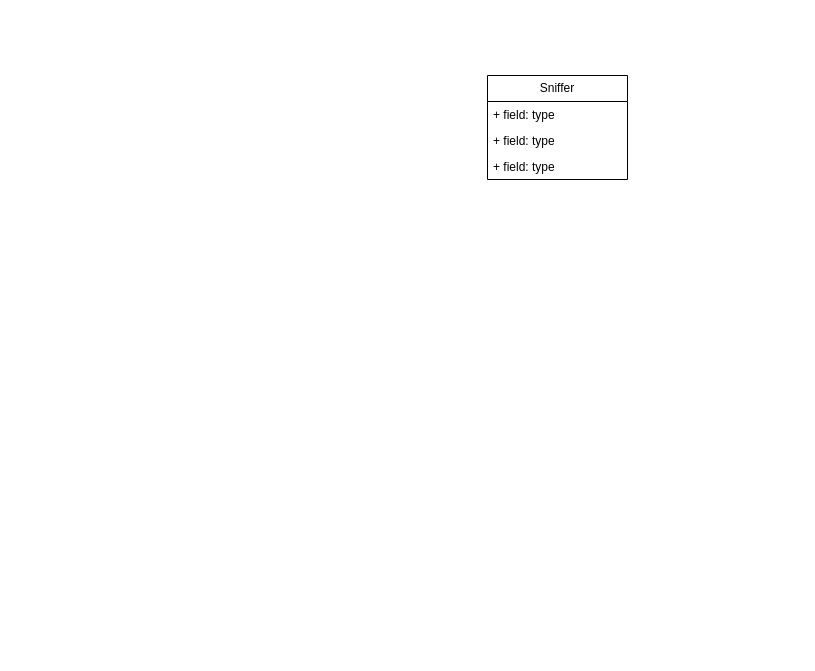
Above: class.drawio in hruboson/ZETASniffer (draw.io), before the change. Source tidied: cells renumbered, new cells numbered last; positions are measured from the earlier drawing's top-left corner, leaving out a move shared by most shapes. Both pictures are drawn from the tidied source at 100%, with x=0, y=0 at pixel (487, 75).
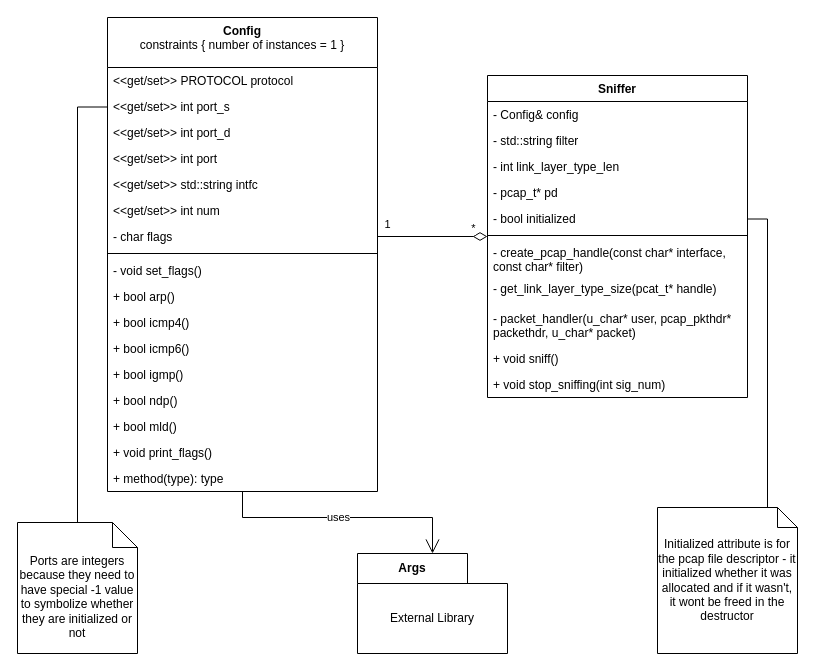
After the change.

What changed in the source:
```diff
@@
+    <mxCell id="6" value="Args" style="shape=folder;fontStyle=1;tabWidth=110;tabHeight=30;tabPosition=left;html=1;boundedLbl=1;labelInHeader=1;whiteSpace=wrap;" parent="1" vertex="1">
+      <mxGeometry x="-130" y="478" width="150" height="100" as="geometry" />
+    </mxCell>
+    <mxCell id="7" value="External Library" style="html=1;strokeColor=none;fillColor=none;whiteSpace=wrap;" parent="6" vertex="1">
+      <mxGeometry width="150" height="70" relative="1" as="geometry">
+        <mxPoint y="30" as="offset" />
+      </mxGeometry>
+    </mxCell>
+    <mxCell id="8" style="edgeStyle=orthogonalEdgeStyle;rounded=0;jettySize=auto;html=1;endArrow=none;endFill=0;" parent="1" edge="1" source="9" target="23">
+      <mxGeometry relative="1" as="geometry">
+        <Array as="points">
+          <mxPoint x="-410" y="31.5" />
+        </Array>
+      </mxGeometry>
+    </mxCell>
+    <mxCell id="9" value="Ports are integers because they need to have special -1 value to symbolize whether they are initialized or not" style="shape=note2;boundedLbl=1;whiteSpace=wrap;html=1;size=25;verticalAlign=top;align=center;" parent="1" vertex="1">
+      <mxGeometry x="-470" y="447" width="120" height="131" as="geometry" />
+    </mxCell>
-    <mxCell id="2" value="Sniffer" style="swimlane;fontStyle=0;horizontal=1;startSize=26;fillColor=none;whiteSpace=wrap;html=1;" parent="1" vertex="1">
-      <mxGeometry width="140" height="104" as="geometry" />
+    <mxCell id="2" value="Sniffer" style="swimlane;fontStyle=1;align=center;verticalAlign=top;horizontal=1;startSize=26;whiteSpace=wrap;html=1;" parent="1" vertex="1">
+      <mxGeometry width="260" height="322" as="geometry" />
     </mxCell>
-    <mxCell id="3" value="+ field: type" style="text;strokeColor=none;fillColor=none;align=left;verticalAlign=top;spacingLeft=4;spacingRight=4;overflow=hidden;whiteSpace=wrap;html=1;" parent="2" vertex="1">
-      <mxGeometry y="26" width="140" height="26" as="geometry" />
-    </mxCell>
-    <mxCell id="4" value="+ field: type" style="text;strokeColor=none;fillColor=none;align=left;verticalAlign=top;spacingLeft=4;spacingRight=4;overflow=hidden;whiteSpace=wrap;html=1;" parent="2" vertex="1">
-      <mxGeometry y="52" width="140" height="26" as="geometry" />
-    </mxCell>
-    <mxCell id="5" value="+ field: type" style="text;strokeColor=none;fillColor=none;align=left;verticalAlign=top;spacingLeft=4;spacingRight=4;overflow=hidden;whiteSpace=wrap;html=1;" parent="2" vertex="1">
-      <mxGeometry y="78" width="140" height="26" as="geometry" />
-    </mxCell>
+    <mxCell id="10" value="- Config&amp;amp; config" style="text;strokeColor=none;fillColor=none;align=left;verticalAlign=top;spacingLeft=4;spacingRight=4;overflow=hidden;whiteSpace=wrap;html=1;" parent="2" vertex="1">
+      <mxGeometry y="26" width="260" height="26" as="geometry" />
+    </mxCell>
+    <mxCell id="11" value="- std::string filter" style="text;strokeColor=none;fillColor=none;align=left;verticalAlign=top;spacingLeft=4;spacingRight=4;overflow=hidden;whiteSpace=wrap;html=1;" parent="2" vertex="1">
+      <mxGeometry y="52" width="260" height="26" as="geometry" />
+    </mxCell>
+    <mxCell id="12" value="- int link_layer_type_len" style="text;strokeColor=none;fillColor=none;align=left;verticalAlign=top;spacingLeft=4;spacingRight=4;overflow=hidden;whiteSpace=wrap;html=1;" parent="2" vertex="1">
+      <mxGeometry y="78" width="260" height="26" as="geometry" />
+    </mxCell>
+    <mxCell id="13" value="- pcap_t* pd" style="text;strokeColor=none;fillColor=none;align=left;verticalAlign=top;spacingLeft=4;spacingRight=4;overflow=hidden;whiteSpace=wrap;html=1;" parent="2" vertex="1">
+      <mxGeometry y="104" width="260" height="26" as="geometry" />
+    </mxCell>
+    <mxCell id="14" value="- bool initialized" style="text;strokeColor=none;fillColor=none;align=left;verticalAlign=top;spacingLeft=4;spacingRight=4;overflow=hidden;points=[[0,0.5],[1,0.5]];portConstraint=eastwest;whiteSpace=wrap;html=1;" parent="2" vertex="1">
+      <mxGeometry y="130" width="260" height="26" as="geometry" />
+    </mxCell>
+    <mxCell id="15" style="line;strokeWidth=1;fillColor=none;align=left;verticalAlign=middle;spacingTop=-1;spacingLeft=3;spacingRight=3;labelPosition=right;strokeColor=inherit;" parent="2" vertex="1">
+      <mxGeometry y="156" width="260" height="8" as="geometry" />
+    </mxCell>
+    <mxCell id="16" value="- create_pcap_handle(const char* interface, const char* filter)" style="text;strokeColor=none;fillColor=none;align=left;verticalAlign=top;spacingLeft=4;spacingRight=4;overflow=hidden;whiteSpace=wrap;html=1;" parent="2" vertex="1">
+      <mxGeometry y="164" width="260" height="36" as="geometry" />
+    </mxCell>
+    <mxCell id="17" value="- get_link_layer_type_size(pcat_t* handle)" style="text;strokeColor=none;fillColor=none;align=left;verticalAlign=top;spacingLeft=4;spacingRight=4;overflow=hidden;whiteSpace=wrap;html=1;" parent="2" vertex="1">
+      <mxGeometry y="200" width="260" height="30" as="geometry" />
+    </mxCell>
+    <mxCell id="18" value="- packet_handler(u_char* user, pcap_pkthdr* packethdr, u_char* packet)" style="text;strokeColor=none;fillColor=none;align=left;verticalAlign=top;spacingLeft=4;spacingRight=4;overflow=hidden;whiteSpace=wrap;html=1;" parent="2" vertex="1">
+      <mxGeometry y="230" width="260" height="40" as="geometry" />
+    </mxCell>
+    <mxCell id="19" value="+ void sniff()" style="text;strokeColor=none;fillColor=none;align=left;verticalAlign=top;spacingLeft=4;spacingRight=4;overflow=hidden;whiteSpace=wrap;html=1;" parent="2" vertex="1">
+      <mxGeometry y="270" width="260" height="26" as="geometry" />
+    </mxCell>
+    <mxCell id="20" value="+ void stop_sniffing(int sig_num)" style="text;strokeColor=none;fillColor=none;align=left;verticalAlign=top;spacingLeft=4;spacingRight=4;overflow=hidden;whiteSpace=wrap;html=1;" parent="2" vertex="1">
+      <mxGeometry y="296" width="260" height="26" as="geometry" />
+    </mxCell>
+    <mxCell id="21" value="Config&lt;div&gt;&lt;span style=&quot;font-weight: normal;&quot;&gt;constraints { number of instances = 1 }&lt;/span&gt;&lt;/div&gt;" style="swimlane;fontStyle=1;align=center;verticalAlign=top;horizontal=1;startSize=50;whiteSpace=wrap;html=1;" parent="1" vertex="1">
+      <mxGeometry x="-380" y="-58" width="270" height="474" as="geometry" />
+    </mxCell>
+    <mxCell id="22" value="&amp;lt;&amp;lt;get/set&amp;gt;&amp;gt; PROTOCOL protocol" style="text;strokeColor=none;fillColor=none;align=left;verticalAlign=top;spacingLeft=4;spacingRight=4;overflow=hidden;whiteSpace=wrap;html=1;" parent="21" vertex="1">
+      <mxGeometry y="50" width="270" height="26" as="geometry" />
+    </mxCell>
+    <mxCell id="23" value="&amp;lt;&amp;lt;get/set&amp;gt;&amp;gt; int port_s" style="text;strokeColor=none;fillColor=none;align=left;verticalAlign=top;spacingLeft=4;spacingRight=4;overflow=hidden;points=[[0,0.5],[1,0.5]];portConstraint=eastwest;whiteSpace=wrap;html=1;" parent="21" vertex="1">
+      <mxGeometry y="76" width="270" height="26" as="geometry" />
+    </mxCell>
+    <mxCell id="24" value="&amp;lt;&amp;lt;get/set&amp;gt;&amp;gt; int port_d" style="text;strokeColor=none;fillColor=none;align=left;verticalAlign=top;spacingLeft=4;spacingRight=4;overflow=hidden;whiteSpace=wrap;html=1;" parent="21" vertex="1">
+      <mxGeometry y="102" width="270" height="26" as="geometry" />
+    </mxCell>
+    <mxCell id="25" value="&amp;lt;&amp;lt;get/set&amp;gt;&amp;gt; int port" style="text;strokeColor=none;fillColor=none;align=left;verticalAlign=top;spacingLeft=4;spacingRight=4;overflow=hidden;whiteSpace=wrap;html=1;" parent="21" vertex="1">
+      <mxGeometry y="128" width="270" height="26" as="geometry" />
+    </mxCell>
+    <mxCell id="26" value="&amp;lt;&amp;lt;get/set&amp;gt;&amp;gt; std::string intfc" style="text;strokeColor=none;fillColor=none;align=left;verticalAlign=top;spacingLeft=4;spacingRight=4;overflow=hidden;whiteSpace=wrap;html=1;" parent="21" vertex="1">
+      <mxGeometry y="154" width="270" height="26" as="geometry" />
+    </mxCell>
+    <mxCell id="27" value="&amp;lt;&amp;lt;get/set&amp;gt;&amp;gt; int num" style="text;strokeColor=none;fillColor=none;align=left;verticalAlign=top;spacingLeft=4;spacingRight=4;overflow=hidden;whiteSpace=wrap;html=1;" parent="21" vertex="1">
+      <mxGeometry y="180" width="270" height="26" as="geometry" />
+    </mxCell>
+    <mxCell id="28" value="- char flags" style="text;strokeColor=none;fillColor=none;align=left;verticalAlign=top;spacingLeft=4;spacingRight=4;overflow=hidden;points=[[0,0.5],[1,0.5]];portConstraint=eastwest;whiteSpace=wrap;html=1;" parent="21" vertex="1">
+      <mxGeometry y="206" width="270" height="26" as="geometry" />
+    </mxCell>
+    <mxCell id="29" style="line;strokeWidth=1;fillColor=none;align=left;verticalAlign=middle;spacingTop=-1;spacingLeft=3;spacingRight=3;labelPosition=right;strokeColor=inherit;" parent="21" vertex="1">
+      <mxGeometry y="232" width="270" height="8" as="geometry" />
+    </mxCell>
+    <mxCell id="30" value="- void set_flags()" style="text;strokeColor=none;fillColor=none;align=left;verticalAlign=top;spacingLeft=4;spacingRight=4;overflow=hidden;whiteSpace=wrap;html=1;" parent="21" vertex="1">
+      <mxGeometry y="240" width="270" height="26" as="geometry" />
+    </mxCell>
+    <mxCell id="31" value="+ bool arp()" style="text;strokeColor=none;fillColor=none;align=left;verticalAlign=top;spacingLeft=4;spacingRight=4;overflow=hidden;whiteSpace=wrap;html=1;" parent="21" vertex="1">
+      <mxGeometry y="266" width="270" height="26" as="geometry" />
+    </mxCell>
+    <mxCell id="32" value="+ bool icmp4()" style="text;strokeColor=none;fillColor=none;align=left;verticalAlign=top;spacingLeft=4;spacingRight=4;overflow=hidden;whiteSpace=wrap;html=1;" parent="21" vertex="1">
+      <mxGeometry y="292" width="270" height="26" as="geometry" />
+    </mxCell>
+    <mxCell id="33" value="+ bool icmp6()" style="text;strokeColor=none;fillColor=none;align=left;verticalAlign=top;spacingLeft=4;spacingRight=4;overflow=hidden;whiteSpace=wrap;html=1;" parent="21" vertex="1">
+      <mxGeometry y="318" width="270" height="26" as="geometry" />
+    </mxCell>
+    <mxCell id="34" value="+ bool igmp()" style="text;strokeColor=none;fillColor=none;align=left;verticalAlign=top;spacingLeft=4;spacingRight=4;overflow=hidden;whiteSpace=wrap;html=1;" parent="21" vertex="1">
+      <mxGeometry y="344" width="270" height="26" as="geometry" />
+    </mxCell>
+    <mxCell id="35" value="+ bool ndp()" style="text;strokeColor=none;fillColor=none;align=left;verticalAlign=top;spacingLeft=4;spacingRight=4;overflow=hidden;whiteSpace=wrap;html=1;" parent="21" vertex="1">
+      <mxGeometry y="370" width="270" height="26" as="geometry" />
+    </mxCell>
+    <mxCell id="36" value="+ bool mld()" style="text;strokeColor=none;fillColor=none;align=left;verticalAlign=top;spacingLeft=4;spacingRight=4;overflow=hidden;whiteSpace=wrap;html=1;" parent="21" vertex="1">
+      <mxGeometry y="396" width="270" height="26" as="geometry" />
+    </mxCell>
+    <mxCell id="37" value="+ void print_flags()" style="text;strokeColor=none;fillColor=none;align=left;verticalAlign=top;spacingLeft=4;spacingRight=4;overflow=hidden;whiteSpace=wrap;html=1;" parent="21" vertex="1">
+      <mxGeometry y="422" width="270" height="26" as="geometry" />
+    </mxCell>
+    <mxCell id="38" value="+ method(type): type" style="text;strokeColor=none;fillColor=none;align=left;verticalAlign=top;spacingLeft=4;spacingRight=4;overflow=hidden;whiteSpace=wrap;html=1;" parent="21" vertex="1">
+      <mxGeometry y="448" width="270" height="26" as="geometry" />
+    </mxCell>
+    <mxCell id="39" style="edgeStyle=orthogonalEdgeStyle;rounded=0;jettySize=auto;html=1;endSize=12;endArrow=open;endFill=0;" parent="1" edge="1" source="21" target="6">
+      <mxGeometry relative="1" as="geometry" />
+    </mxCell>
+    <mxCell id="40" value="uses" style="edgeLabel;html=1;align=center;verticalAlign=middle;" parent="39" vertex="1">
+      <mxGeometry x="-0.04" y="1" relative="1" as="geometry" />
+    </mxCell>
+    <mxCell id="41" style="edgeStyle=orthogonalEdgeStyle;rounded=0;jettySize=auto;html=1;endArrow=none;endFill=0;" parent="1" edge="1" source="42" target="14">
+      <mxGeometry relative="1" as="geometry">
+        <Array as="points">
+          <mxPoint x="280" y="143.5" />
+        </Array>
+      </mxGeometry>
+    </mxCell>
+    <mxCell id="42" value="Initialized attribute is for the pcap file descriptor - it initialized whether it was allocated and if it wasn't, it wont be freed in the destructor" style="shape=note;size=20;whiteSpace=wrap;html=1;" parent="1" vertex="1">
+      <mxGeometry x="170" y="432" width="140" height="146" as="geometry" />
+    </mxCell>
+    <mxCell id="43" style="edgeStyle=orthogonalEdgeStyle;rounded=0;jettySize=auto;html=1;endArrow=diamondThin;endFill=0;endSize=12;startSize=12;" parent="1" edge="1" source="28" target="2">
+      <mxGeometry relative="1" as="geometry" />
+    </mxCell>
+    <mxCell id="44" value="1" style="edgeLabel;html=1;align=center;verticalAlign=middle;" parent="43" vertex="1">
+      <mxGeometry x="-0.67" y="-1" relative="1" as="geometry">
+        <mxPoint x="-9" y="-14" as="offset" />
+      </mxGeometry>
+    </mxCell>
+    <mxCell id="45" value="*" style="edgeLabel;html=1;align=center;verticalAlign=middle;" parent="43" vertex="1">
+      <mxGeometry x="0.73" y="1" relative="1" as="geometry">
+        <mxPoint y="-8" as="offset" />
+      </mxGeometry>
+    </mxCell>
```
